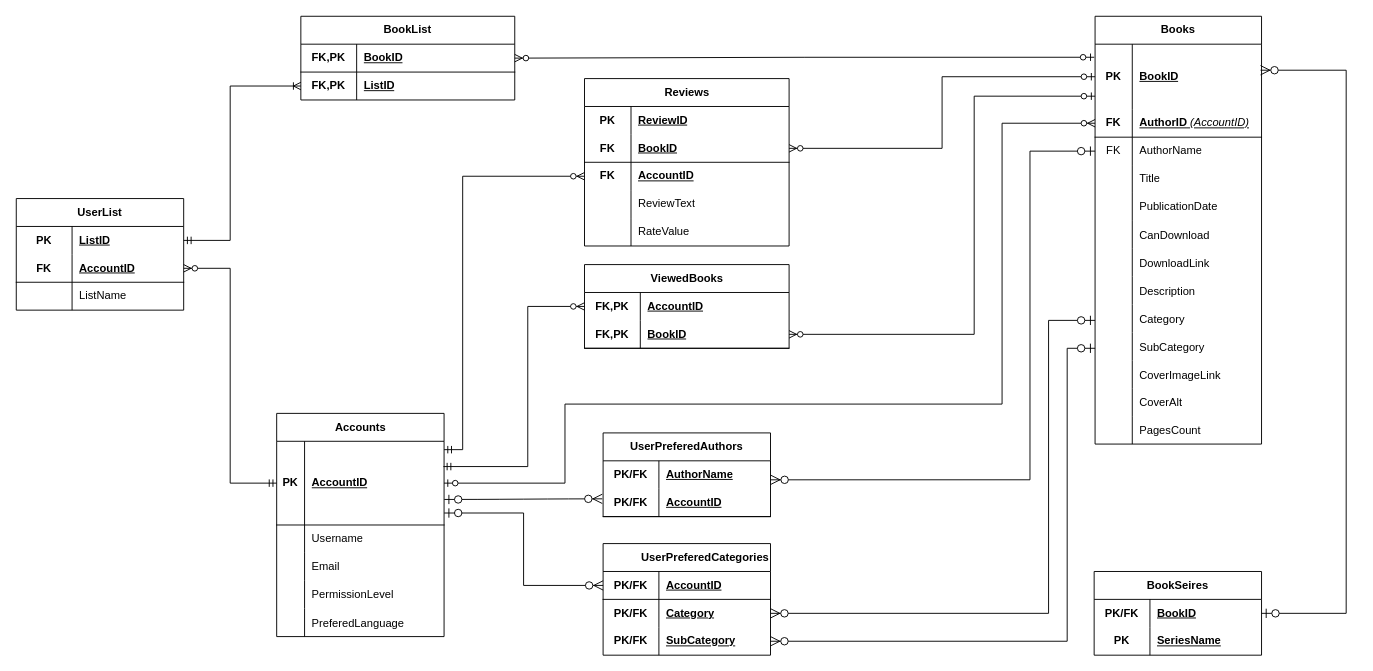
Master-Heat/Catalogs-Books keeps this draw.io diagram as API/DataBaseDiagram/DatabaseDesign.drawio. Above is the earlier version. Source tidied: cells renumbered, new cells numbered last; positions are measured from the earlier drawing's top-left corner, leaving out a move shared by most shapes. Both pictures are drawn from the tidied source at 93%, with x=0, y=0 at pixel (16, 16).
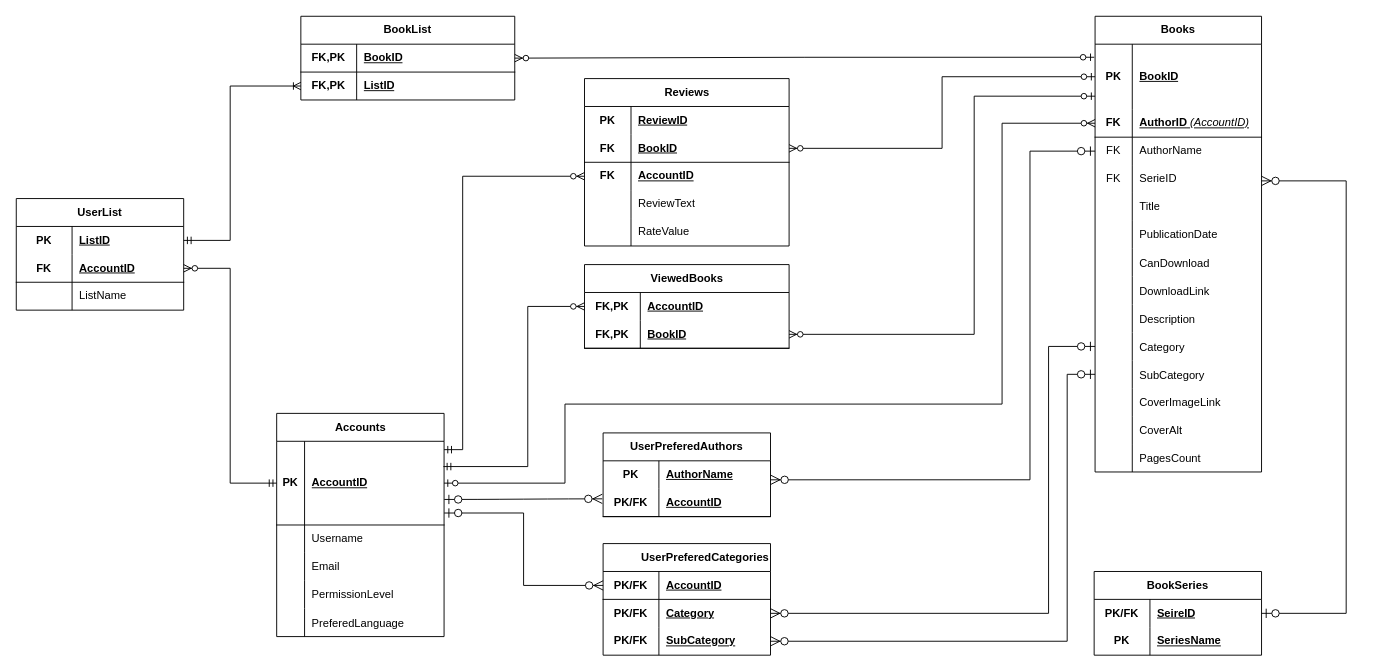
Above is the later version.

Commit message (it also covers changes not shown here):
Added Last database ERD

Unchanged cells that the change refers to:
```xml
<mxCell id="19" style="shape=tableRow;horizontal=0;startSize=0;swimlaneHead=0;swimlaneBody=0;fillColor=none;points=[[0,0.5],[1,0.5]];portConstraint=eastwest;top=0;left=0;right=0;bottom=0;html=1;" parent="18" vertex="1">
  <mxGeometry y="30" width="179" height="70" as="geometry" />
</mxCell>
<mxCell id="104" style="shape=tableRow;horizontal=0;startSize=0;swimlaneHead=0;swimlaneBody=0;fillColor=none;points=[[0,0.5],[1,0.5]];portConstraint=eastwest;top=0;left=0;right=0;bottom=0;html=1;" parent="103" vertex="1">
  <mxGeometry y="30" width="180" height="30" as="geometry" />
</mxCell>
<mxCell id="114" style="shape=tableRow;horizontal=0;startSize=0;swimlaneHead=0;swimlaneBody=0;fillColor=none;points=[[0,0.5],[1,0.5]];portConstraint=eastwest;top=0;left=0;right=0;bottom=0;html=1;" parent="110" vertex="1">
  <mxGeometry y="60" width="180" height="30" as="geometry" />
</mxCell>
<mxCell id="117" style="shape=tableRow;horizontal=0;startSize=0;swimlaneHead=0;swimlaneBody=0;fillColor=none;points=[[0,0.5],[1,0.5]];portConstraint=eastwest;top=0;left=0;right=0;bottom=0;html=1;" parent="110" vertex="1">
  <mxGeometry y="90" width="180" height="30" as="geometry" />
</mxCell>
<mxCell id="121" style="shape=tableRow;horizontal=0;startSize=0;swimlaneHead=0;swimlaneBody=0;fillColor=none;points=[[0,0.5],[1,0.5]];portConstraint=eastwest;top=0;left=0;right=0;bottom=0;html=1;" parent="120" vertex="1">
  <mxGeometry y="30" width="180" height="30" as="geometry" />
</mxCell>
```

What changed in the source:
```diff
@@
     <mxCell id="18" value="Books" style="shape=table;startSize=30;childLayout=tableLayout;rowLines=0;fontStyle=1;align=center;html=1;whiteSpace=wrap;" parent="1" vertex="1">
-      <mxGeometry x="1160" width="179" height="460" as="geometry" />
+      <mxGeometry x="1160" width="179" height="490" as="geometry" />
     </mxCell>
@@
+    <mxCell id="136" style="shape=tableRow;horizontal=0;startSize=0;swimlaneHead=0;swimlaneBody=0;fillColor=none;points=[[0,0.5],[1,0.5]];portConstraint=eastwest;top=0;left=0;right=0;bottom=0;html=1;" parent="18" vertex="1">
+      <mxGeometry y="160" width="179" height="30" as="geometry" />
+    </mxCell>
+    <mxCell id="137" value="FK" style="shape=partialRectangle;fillColor=none;top=0;left=0;bottom=0;right=0;overflow=hidden;html=1;whiteSpace=wrap;" parent="136" vertex="1">
+      <mxGeometry width="40" height="30" as="geometry" />
+    </mxCell>
+    <mxCell id="138" value="SerieID" style="shape=partialRectangle;fillColor=none;top=0;left=0;bottom=0;right=0;align=left;spacingLeft=6;overflow=hidden;html=1;whiteSpace=wrap;" parent="136" vertex="1">
+      <mxGeometry x="40" width="139" height="30" as="geometry" />
+    </mxCell>
     <mxCell id="28" style="shape=tableRow;horizontal=0;startSize=0;swimlaneHead=0;swimlaneBody=0;fillColor=none;top=0;left=0;right=0;bottom=0;html=1;" parent="18" vertex="1">
-      <mxGeometry y="160" width="179" height="30" as="geometry" />
+      <mxGeometry y="190" width="179" height="30" as="geometry" />
     </mxCell>
@@
     <mxCell id="31" style="shape=tableRow;horizontal=0;startSize=0;swimlaneHead=0;swimlaneBody=0;fillColor=none;top=0;left=0;right=0;bottom=0;html=1;" parent="18" vertex="1">
-      <mxGeometry y="190" width="179" height="30" as="geometry" />
+      <mxGeometry y="220" width="179" height="30" as="geometry" />
     </mxCell>
@@
     <mxCell id="34" style="shape=tableRow;horizontal=0;startSize=0;swimlaneHead=0;swimlaneBody=0;fillColor=none;top=0;left=0;right=0;bottom=0;" parent="18" vertex="1">
-      <mxGeometry y="220" width="179" height="30" as="geometry" />
+      <mxGeometry y="250" width="179" height="30" as="geometry" />
     </mxCell>
@@
     <mxCell id="37" style="shape=tableRow;horizontal=0;startSize=0;swimlaneHead=0;swimlaneBody=0;fillColor=none;top=0;left=0;right=0;bottom=0;" parent="18" vertex="1">
-      <mxGeometry y="250" width="179" height="30" as="geometry" />
+      <mxGeometry y="280" width="179" height="30" as="geometry" />
     </mxCell>
@@
     <mxCell id="40" style="shape=tableRow;horizontal=0;startSize=0;swimlaneHead=0;swimlaneBody=0;fillColor=none;top=0;left=0;right=0;bottom=0;" parent="18" vertex="1">
-      <mxGeometry y="280" width="179" height="30" as="geometry" />
+      <mxGeometry y="310" width="179" height="30" as="geometry" />
     </mxCell>
@@
     <mxCell id="43" style="shape=tableRow;horizontal=0;startSize=0;swimlaneHead=0;swimlaneBody=0;fillColor=none;points=[[0,0.5],[1,0.5]];portConstraint=eastwest;top=0;left=0;right=0;bottom=0;" parent="18" vertex="1">
-      <mxGeometry y="310" width="179" height="30" as="geometry" />
+      <mxGeometry y="340" width="179" height="30" as="geometry" />
     </mxCell>
@@
     <mxCell id="46" style="shape=tableRow;horizontal=0;startSize=0;swimlaneHead=0;swimlaneBody=0;fillColor=none;points=[[0,0.5],[1,0.5]];portConstraint=eastwest;top=0;left=0;right=0;bottom=0;" parent="18" vertex="1">
-      <mxGeometry y="340" width="179" height="30" as="geometry" />
+      <mxGeometry y="370" width="179" height="30" as="geometry" />
     </mxCell>
@@
     <mxCell id="49" style="shape=tableRow;horizontal=0;startSize=0;swimlaneHead=0;swimlaneBody=0;fillColor=none;top=0;left=0;right=0;bottom=0;" parent="18" vertex="1">
-      <mxGeometry y="370" width="179" height="30" as="geometry" />
+      <mxGeometry y="400" width="179" height="30" as="geometry" />
     </mxCell>
@@
     <mxCell id="52" style="shape=tableRow;horizontal=0;startSize=0;swimlaneHead=0;swimlaneBody=0;fillColor=none;top=0;left=0;right=0;bottom=0;" parent="18" vertex="1">
-      <mxGeometry y="400" width="179" height="30" as="geometry" />
+      <mxGeometry y="430" width="179" height="30" as="geometry" />
     </mxCell>
@@
     <mxCell id="55" style="shape=tableRow;horizontal=0;startSize=0;swimlaneHead=0;swimlaneBody=0;fillColor=none;top=0;left=0;right=0;bottom=0;" parent="18" vertex="1">
-      <mxGeometry y="430" width="179" height="30" as="geometry" />
+      <mxGeometry y="460" width="179" height="30" as="geometry" />
     </mxCell>
@@
-    <mxCell id="105" value="PK/FK" style="shape=partialRectangle;fillColor=none;top=0;left=0;bottom=0;right=0;fontStyle=1;overflow=hidden;html=1;whiteSpace=wrap;" parent="104" vertex="1">
+    <mxCell id="105" value="PK" style="shape=partialRectangle;fillColor=none;top=0;left=0;bottom=0;right=0;fontStyle=1;overflow=hidden;html=1;whiteSpace=wrap;" parent="104" vertex="1">
       <mxGeometry width="60" height="30" as="geometry" />
     </mxCell>
@@
-    <mxCell id="120" value="BookSeires" style="shape=table;startSize=30;childLayout=tableLayout;rowLines=0;fontStyle=1;align=center;html=1;whiteSpace=wrap;" parent="1" vertex="1">
+    <mxCell id="120" value="BookSeries" style="shape=table;startSize=30;childLayout=tableLayout;rowLines=0;fontStyle=1;align=center;html=1;whiteSpace=wrap;" parent="1" vertex="1">
       <mxGeometry x="1159" y="597" width="180" height="90" as="geometry" />
     </mxCell>
@@
-    <mxCell id="123" value="BookID" style="shape=partialRectangle;fillColor=none;top=0;left=0;bottom=0;right=0;align=left;spacingLeft=6;fontStyle=5;overflow=hidden;html=1;whiteSpace=wrap;" parent="121" vertex="1">
+    <mxCell id="123" value="SeireID" style="shape=partialRectangle;fillColor=none;top=0;left=0;bottom=0;right=0;align=left;spacingLeft=6;fontStyle=5;overflow=hidden;html=1;whiteSpace=wrap;" parent="121" vertex="1">
       <mxGeometry x="60" width="120" height="30" as="geometry" />
     </mxCell>
@@
     <mxCell id="130" style="edgeStyle=orthogonalEdgeStyle;fontSize=12;html=1;endArrow=ERzeroToMany;startArrow=ERzeroToOne;rounded=0;startSize=8;endSize=8;entryX=1;entryY=0.5;entryDx=0;entryDy=0;" parent="1" edge="1" source="43" target="114">
       <mxGeometry relative="1" as="geometry">
         <Array as="points">
-          <mxPoint x="1110" y="327" />
+          <mxPoint x="1110" y="355" />
           <mxPoint x="1110" y="642" />
         </Array>
       </mxGeometry>
     </mxCell>
     <mxCell id="131" style="edgeStyle=orthogonalEdgeStyle;fontSize=12;html=1;endArrow=ERzeroToMany;startArrow=ERzeroToOne;rounded=0;startSize=8;endSize=8;entryX=1;entryY=0.5;entryDx=0;entryDy=0;" parent="1" edge="1" source="46" target="117">
       <mxGeometry relative="1" as="geometry">
         <Array as="points">
-          <mxPoint x="1130" y="357" />
+          <mxPoint x="1130" y="385" />
           <mxPoint x="1130" y="672" />
         </Array>
       </mxGeometry>
     </mxCell>
-    <mxCell id="132" style="edgeStyle=orthogonalEdgeStyle;fontSize=12;html=1;endArrow=ERzeroToMany;startArrow=ERzeroToOne;rounded=0;startSize=8;endSize=8;entryX=0.994;entryY=0.4;entryDx=0;entryDy=0;entryPerimeter=0;" parent="1" edge="1" source="121" target="19">
+    <mxCell id="132" style="edgeStyle=orthogonalEdgeStyle;fontSize=12;html=1;endArrow=ERzeroToMany;startArrow=ERzeroToOne;rounded=0;startSize=8;endSize=8;" parent="1" edge="1" source="121" target="136">
       <mxGeometry relative="1" as="geometry">
         <Array as="points">
           <mxPoint x="1430" y="642" />
-          <mxPoint x="1430" y="58" />
+          <mxPoint x="1430" y="177" />
         </Array>
       </mxGeometry>
     </mxCell>
```
